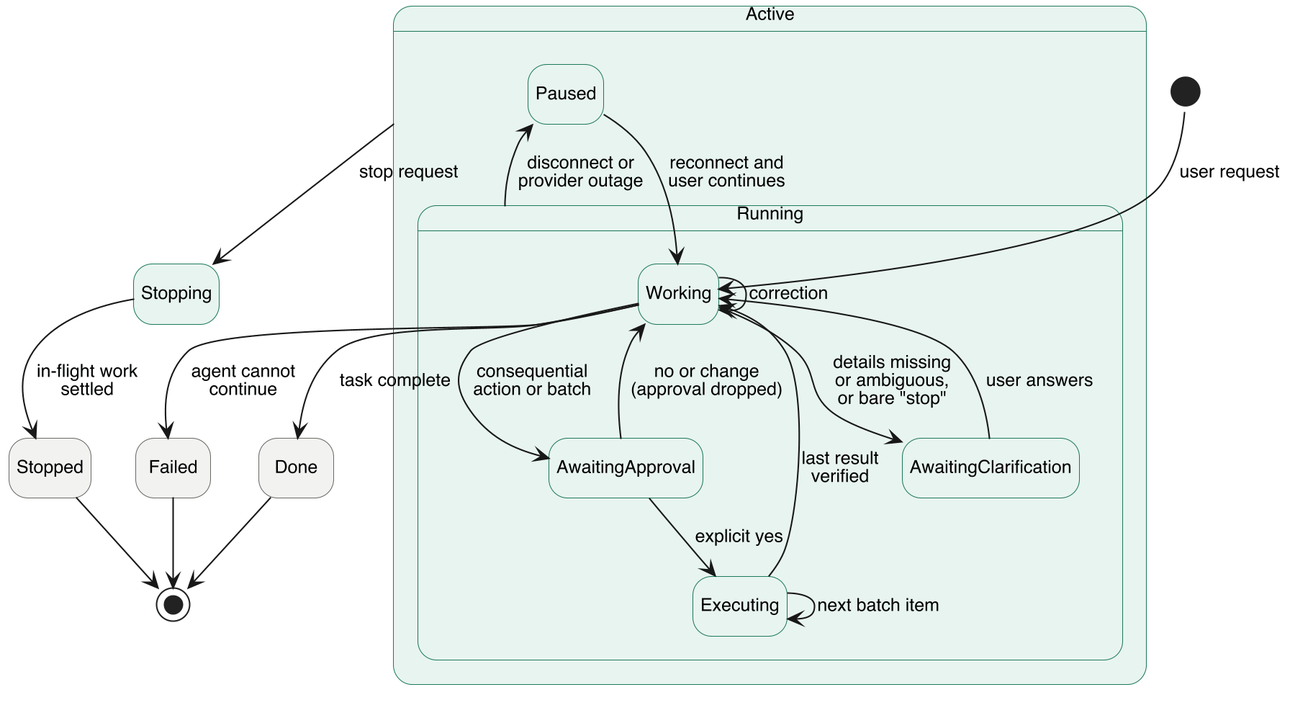
Before: docs/SRS-Meyer/figures/state-diagram.png, a diagram exported from PlantUML (NaturalControl/natural-control).
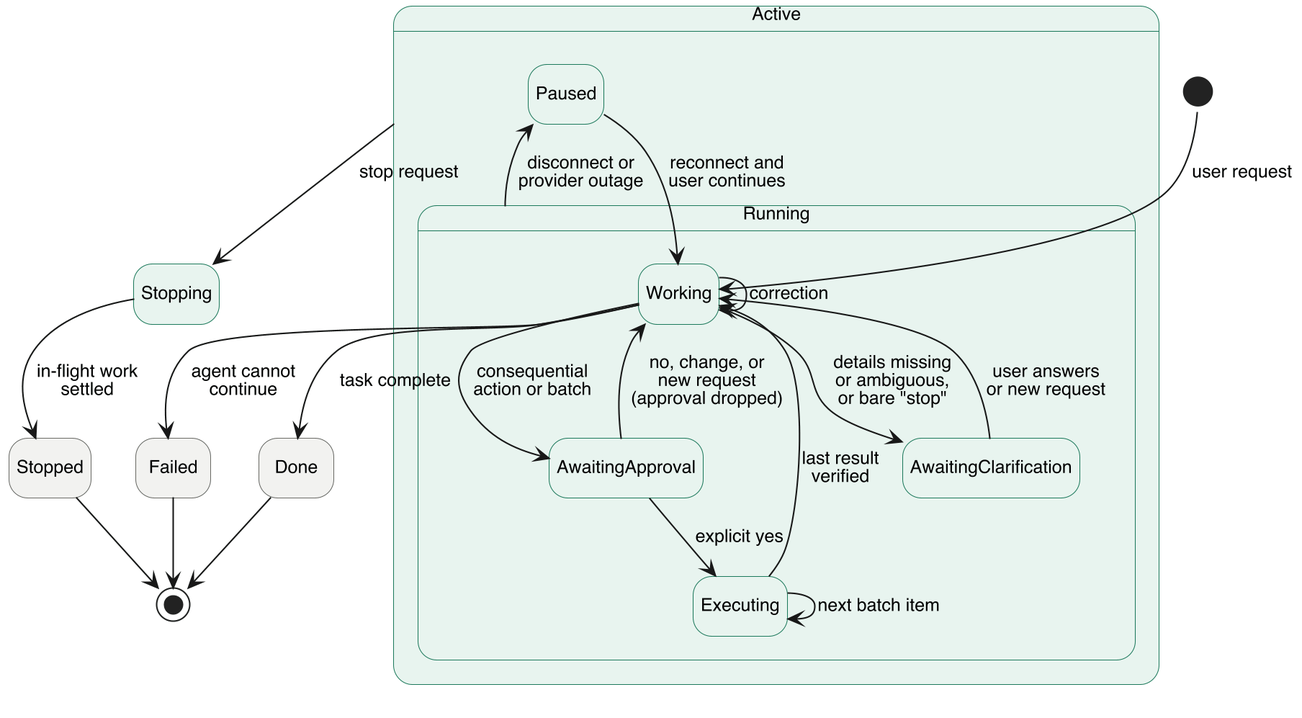
Above is the later version.

Diff of the diagram source:
```diff
@@ -22,11 +22,11 @@
     state Executing
 
     Working --> AwaitingClarification : details missing\nor ambiguous,\nor bare "stop"
-    AwaitingClarification --> Working : user answers
+    AwaitingClarification --> Working : user answers\nor new request
     Working --> Working : correction
     Working --> AwaitingApproval : consequential\naction or batch
     AwaitingApproval --> Executing : explicit yes
-    AwaitingApproval --> Working : no or change\n(approval dropped)
+    AwaitingApproval --> Working : no, change, or\nnew request\n(approval dropped)
     Executing --> Executing : next batch item
     Executing --> Working : last result\nverified
   }
```
